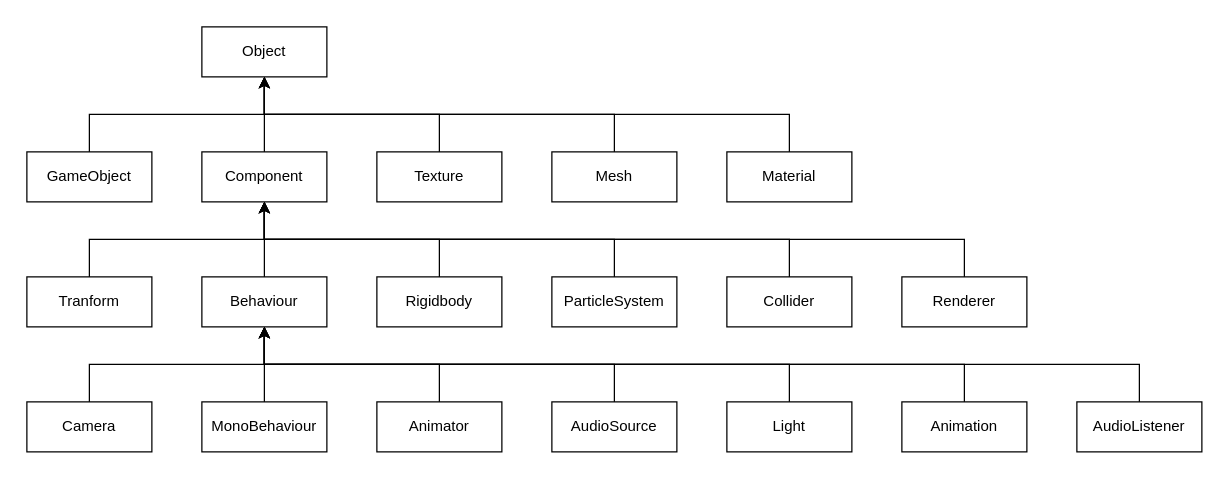
cjinle/draw.io keeps this draw.io diagram as unity-classes.drawio. Above is the earlier version. Source tidied: cells renumbered, new cells numbered last; positions are measured from the earlier drawing's top-left corner, leaving out a move shared by most shapes. Both pictures are drawn from the tidied source at 125%, with x=0, y=0 at pixel (26, 26).
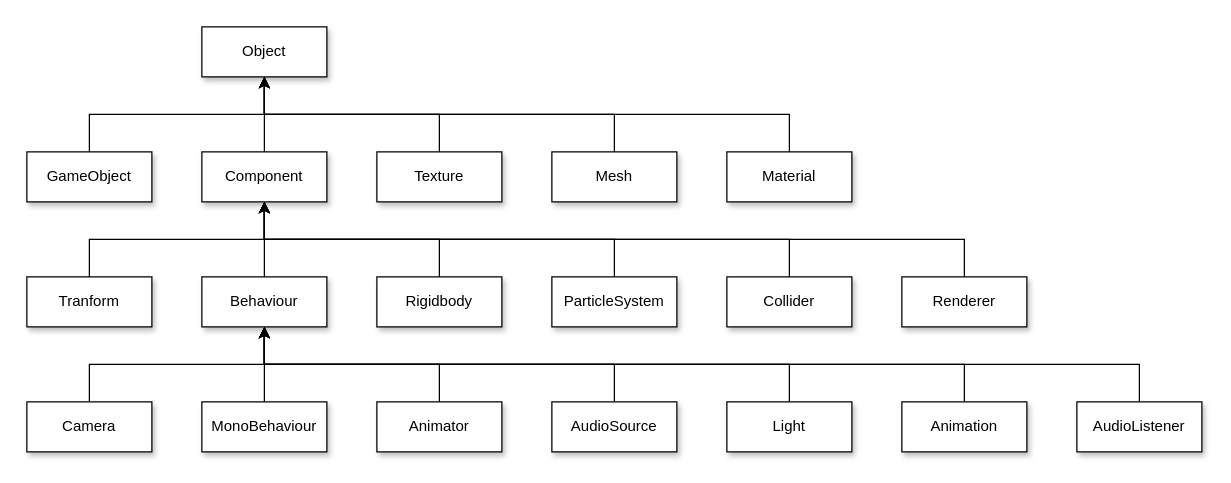
The same page after the edit.

The edit, as a diff of the source:
```diff
@@
-    <mxCell id="2" value="Object" style="rounded=0;whiteSpace=wrap;html=1;" parent="1" vertex="1">
+    <mxCell id="2" value="Object" style="rounded=0;whiteSpace=wrap;html=1;shadow=1;" parent="1" vertex="1">
       <mxGeometry x="140" width="100" height="40" as="geometry" />
     </mxCell>
@@
-    <mxCell id="4" value="GameObject" style="rounded=0;whiteSpace=wrap;html=1;" parent="1" vertex="1">
+    <mxCell id="4" value="GameObject" style="rounded=0;whiteSpace=wrap;html=1;shadow=1;" parent="1" vertex="1">
       <mxGeometry y="100" width="100" height="40" as="geometry" />
     </mxCell>
@@
-    <mxCell id="6" value="Component" style="rounded=0;whiteSpace=wrap;html=1;" parent="1" vertex="1">
+    <mxCell id="6" value="Component" style="rounded=0;whiteSpace=wrap;html=1;shadow=1;" parent="1" vertex="1">
       <mxGeometry x="140" y="100" width="100" height="40" as="geometry" />
     </mxCell>
@@
-    <mxCell id="8" value="Texture" style="rounded=0;whiteSpace=wrap;html=1;" parent="1" vertex="1">
+    <mxCell id="8" value="Texture" style="rounded=0;whiteSpace=wrap;html=1;shadow=1;" parent="1" vertex="1">
       <mxGeometry x="280" y="100" width="100" height="40" as="geometry" />
     </mxCell>
@@
-    <mxCell id="10" value="Mesh" style="rounded=0;whiteSpace=wrap;html=1;" parent="1" vertex="1">
+    <mxCell id="10" value="Mesh" style="rounded=0;whiteSpace=wrap;html=1;shadow=1;" parent="1" vertex="1">
       <mxGeometry x="420" y="100" width="100" height="40" as="geometry" />
     </mxCell>
@@
-    <mxCell id="12" value="Material" style="rounded=0;whiteSpace=wrap;html=1;" parent="1" vertex="1">
+    <mxCell id="12" value="Material" style="rounded=0;whiteSpace=wrap;html=1;shadow=1;" parent="1" vertex="1">
       <mxGeometry x="560" y="100" width="100" height="40" as="geometry" />
     </mxCell>
@@
-    <mxCell id="14" value="Tranform" style="rounded=0;whiteSpace=wrap;html=1;" parent="1" vertex="1">
+    <mxCell id="14" value="Tranform" style="rounded=0;whiteSpace=wrap;html=1;shadow=1;" parent="1" vertex="1">
       <mxGeometry y="200" width="100" height="40" as="geometry" />
     </mxCell>
@@
-    <mxCell id="16" value="Behaviour" style="rounded=0;whiteSpace=wrap;html=1;" parent="1" vertex="1">
+    <mxCell id="16" value="Behaviour" style="rounded=0;whiteSpace=wrap;html=1;shadow=1;" parent="1" vertex="1">
       <mxGeometry x="140" y="200" width="100" height="40" as="geometry" />
     </mxCell>
@@
-    <mxCell id="18" value="Rigidbody" style="rounded=0;whiteSpace=wrap;html=1;" parent="1" vertex="1">
+    <mxCell id="18" value="Rigidbody" style="rounded=0;whiteSpace=wrap;html=1;shadow=1;" parent="1" vertex="1">
       <mxGeometry x="280" y="200" width="100" height="40" as="geometry" />
     </mxCell>
@@
-    <mxCell id="20" value="ParticleSystem" style="rounded=0;whiteSpace=wrap;html=1;" parent="1" vertex="1">
+    <mxCell id="20" value="ParticleSystem" style="rounded=0;whiteSpace=wrap;html=1;shadow=1;" parent="1" vertex="1">
       <mxGeometry x="420" y="200" width="100" height="40" as="geometry" />
     </mxCell>
@@
-    <mxCell id="22" value="Collider" style="rounded=0;whiteSpace=wrap;html=1;" parent="1" vertex="1">
+    <mxCell id="22" value="Collider" style="rounded=0;whiteSpace=wrap;html=1;shadow=1;" parent="1" vertex="1">
       <mxGeometry x="560" y="200" width="100" height="40" as="geometry" />
     </mxCell>
@@
-    <mxCell id="24" value="Renderer" style="rounded=0;whiteSpace=wrap;html=1;" parent="1" vertex="1">
+    <mxCell id="24" value="Renderer" style="rounded=0;whiteSpace=wrap;html=1;shadow=1;" parent="1" vertex="1">
       <mxGeometry x="700" y="200" width="100" height="40" as="geometry" />
     </mxCell>
@@
-    <mxCell id="26" value="Camera" style="rounded=0;whiteSpace=wrap;html=1;" parent="1" vertex="1">
+    <mxCell id="26" value="Camera" style="rounded=0;whiteSpace=wrap;html=1;shadow=1;" parent="1" vertex="1">
       <mxGeometry y="300" width="100" height="40" as="geometry" />
     </mxCell>
@@
-    <mxCell id="28" value="MonoBehaviour" style="rounded=0;whiteSpace=wrap;html=1;" parent="1" vertex="1">
+    <mxCell id="28" value="MonoBehaviour" style="rounded=0;whiteSpace=wrap;html=1;shadow=1;" parent="1" vertex="1">
       <mxGeometry x="140" y="300" width="100" height="40" as="geometry" />
     </mxCell>
@@
-    <mxCell id="30" value="Animator" style="rounded=0;whiteSpace=wrap;html=1;" parent="1" vertex="1">
+    <mxCell id="30" value="Animator" style="rounded=0;whiteSpace=wrap;html=1;shadow=1;" parent="1" vertex="1">
       <mxGeometry x="280" y="300" width="100" height="40" as="geometry" />
     </mxCell>
@@
-    <mxCell id="32" value="AudioSource" style="rounded=0;whiteSpace=wrap;html=1;" parent="1" vertex="1">
+    <mxCell id="32" value="AudioSource" style="rounded=0;whiteSpace=wrap;html=1;shadow=1;" parent="1" vertex="1">
       <mxGeometry x="420" y="300" width="100" height="40" as="geometry" />
     </mxCell>
@@
-    <mxCell id="34" value="Light" style="rounded=0;whiteSpace=wrap;html=1;" parent="1" vertex="1">
+    <mxCell id="34" value="Light" style="rounded=0;whiteSpace=wrap;html=1;shadow=1;" parent="1" vertex="1">
       <mxGeometry x="560" y="300" width="100" height="40" as="geometry" />
     </mxCell>
@@
-    <mxCell id="36" value="Animation" style="rounded=0;whiteSpace=wrap;html=1;" parent="1" vertex="1">
+    <mxCell id="36" value="Animation" style="rounded=0;whiteSpace=wrap;html=1;shadow=1;" parent="1" vertex="1">
       <mxGeometry x="700" y="300" width="100" height="40" as="geometry" />
     </mxCell>
@@
-    <mxCell id="38" value="AudioListener" style="rounded=0;whiteSpace=wrap;html=1;" parent="1" vertex="1">
+    <mxCell id="38" value="AudioListener" style="rounded=0;whiteSpace=wrap;html=1;shadow=1;" parent="1" vertex="1">
       <mxGeometry x="840" y="300" width="100" height="40" as="geometry" />
     </mxCell>
```
